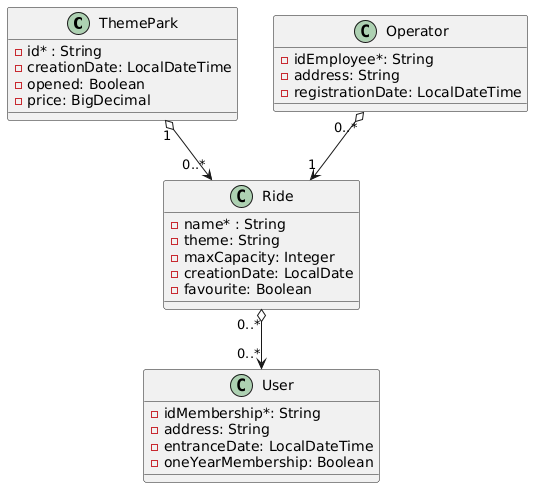
Above: docs/theme-park.models.png in miw-upm/apaw-practice (PlantUML), before the change.
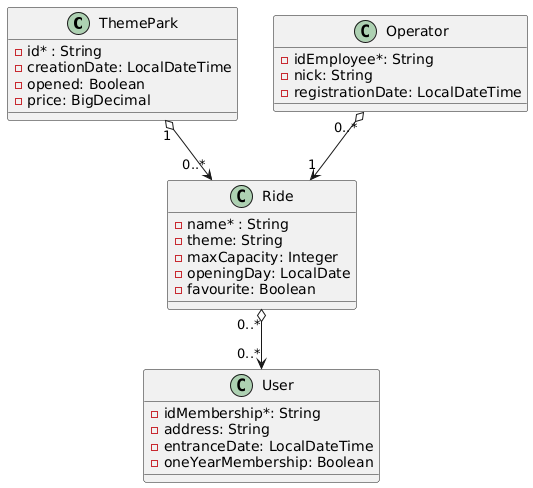
After the commit.

What changed in the source:
```diff
@@ -19,7 +19,7 @@
  - name* : String
  - theme: String
  - maxCapacity: Integer
- - creationDate: LocalDate
+ - openingDay: LocalDate
  - favourite: Boolean
 }
 
@@ -32,7 +32,7 @@
 
 class Operator{
  - idEmployee*: String
- - address: String
+ - nick: String
  - registrationDate: LocalDateTime
 }
 @enduml
```
